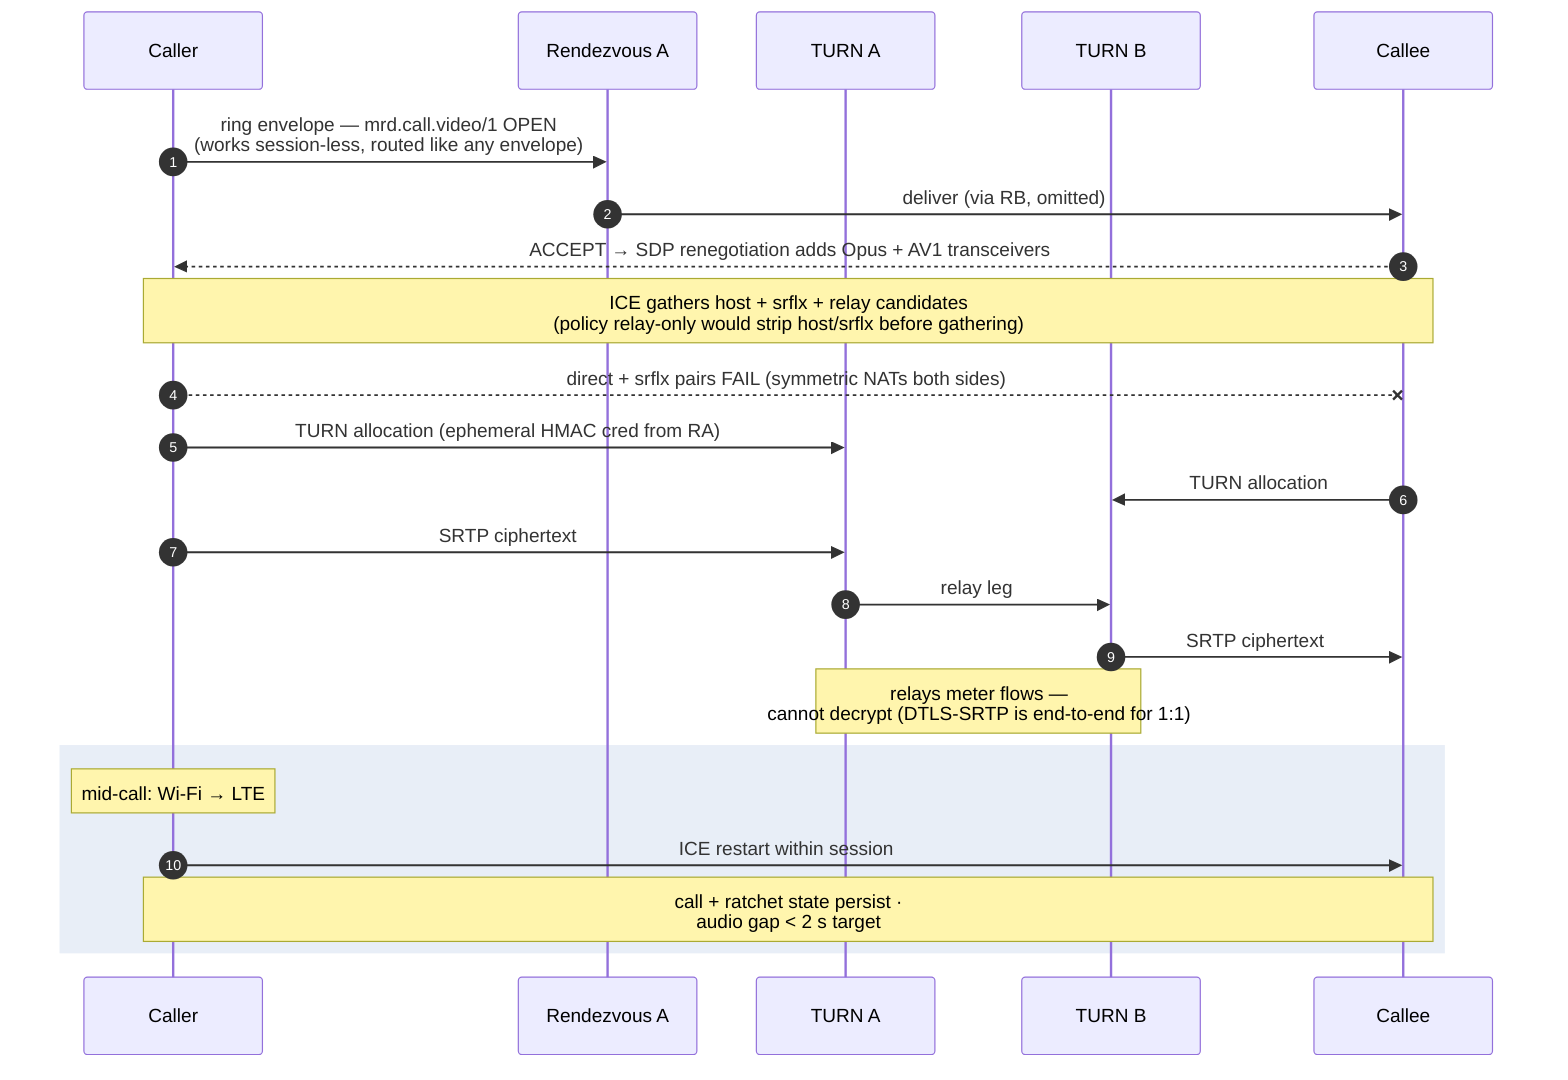
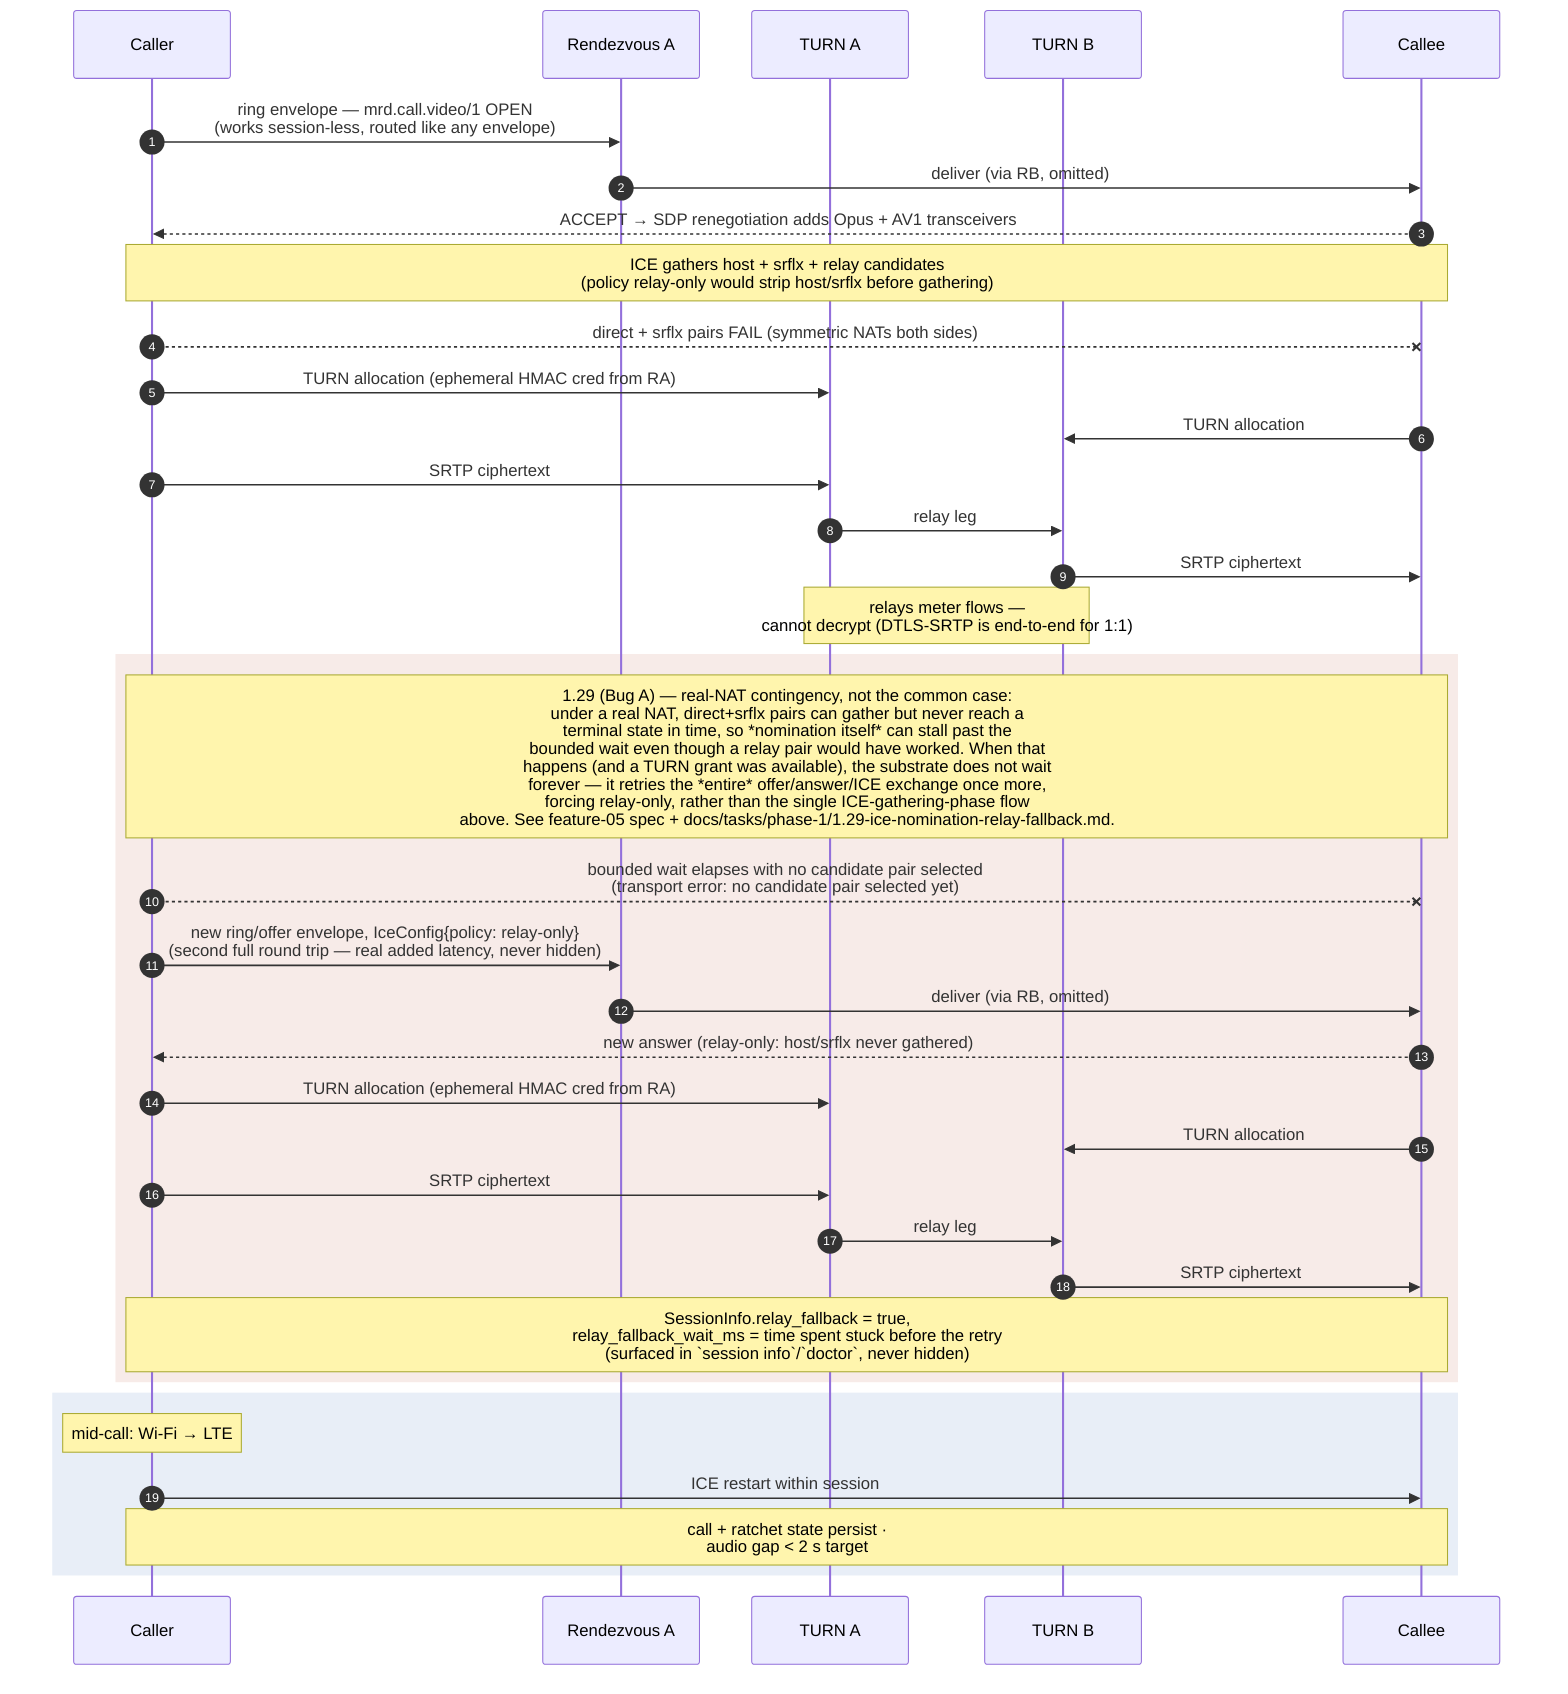
sequenceDiagram
  autonumber
  participant A as Caller
  participant RA as Rendezvous A
  participant TA as TURN A
  participant TB as TURN B
  participant B as Callee

  A->>RA: ring envelope — mrd.call.video/1 OPEN<br/>(works session-less, routed like any envelope)
  RA->>B: deliver (via RB, omitted)
  B-->>A: ACCEPT → SDP renegotiation adds Opus + AV1 transceivers
  Note over A,B: ICE gathers host + srflx + relay candidates<br/>(policy relay-only would strip host/srflx before gathering)

  A--xB: direct + srflx pairs FAIL (symmetric NATs both sides)
  A->>TA: TURN allocation (ephemeral HMAC cred from RA)
  B->>TB: TURN allocation
  A->>TA: SRTP ciphertext
  TA->>TB: relay leg
  TB->>B: SRTP ciphertext
  Note over TA,TB: relays meter flows —<br/>cannot decrypt (DTLS-SRTP is end-to-end for 1:1)

+   rect rgb(247, 235, 232)
+     Note over A,B: 1.29 (Bug A) — real-NAT contingency, not the common case:<br/>under a real NAT, direct+srflx pairs can gather but never reach a<br/>terminal state in time, so *nomination itself* can stall past the<br/>bounded wait even though a relay pair would have worked. When that<br/>happens (and a TURN grant was available), the substrate does not wait<br/>forever — it retries the *entire* offer/answer/ICE exchange once more,<br/>forcing relay-only, rather than the single ICE-gathering-phase flow<br/>above. See feature-05 spec + docs/tasks/phase-1/1.29-ice-nomination-relay-fallback.md.
+     A--xB: bounded wait elapses with no candidate pair selected<br/>(transport error: no candidate pair selected yet)
+     A->>RA: new ring/offer envelope, IceConfig{policy: relay-only}<br/>(second full round trip — real added latency, never hidden)
+     RA->>B: deliver (via RB, omitted)
+     B-->>A: new answer (relay-only: host/srflx never gathered)
+     A->>TA: TURN allocation (ephemeral HMAC cred from RA)
+     B->>TB: TURN allocation
+     A->>TA: SRTP ciphertext
+     TA->>TB: relay leg
+     TB->>B: SRTP ciphertext
+     Note over A,B: SessionInfo.relay_fallback = true,<br/>relay_fallback_wait_ms = time spent stuck before the retry<br/>(surfaced in `session info`/`doctor`, never hidden)
+   end
+ 
  rect rgb(232, 238, 247)
    Note over A: mid-call: Wi-Fi → LTE
    A->>B: ICE restart within session
    Note over A,B: call + ratchet state persist ·<br/>audio gap < 2 s target
  end
